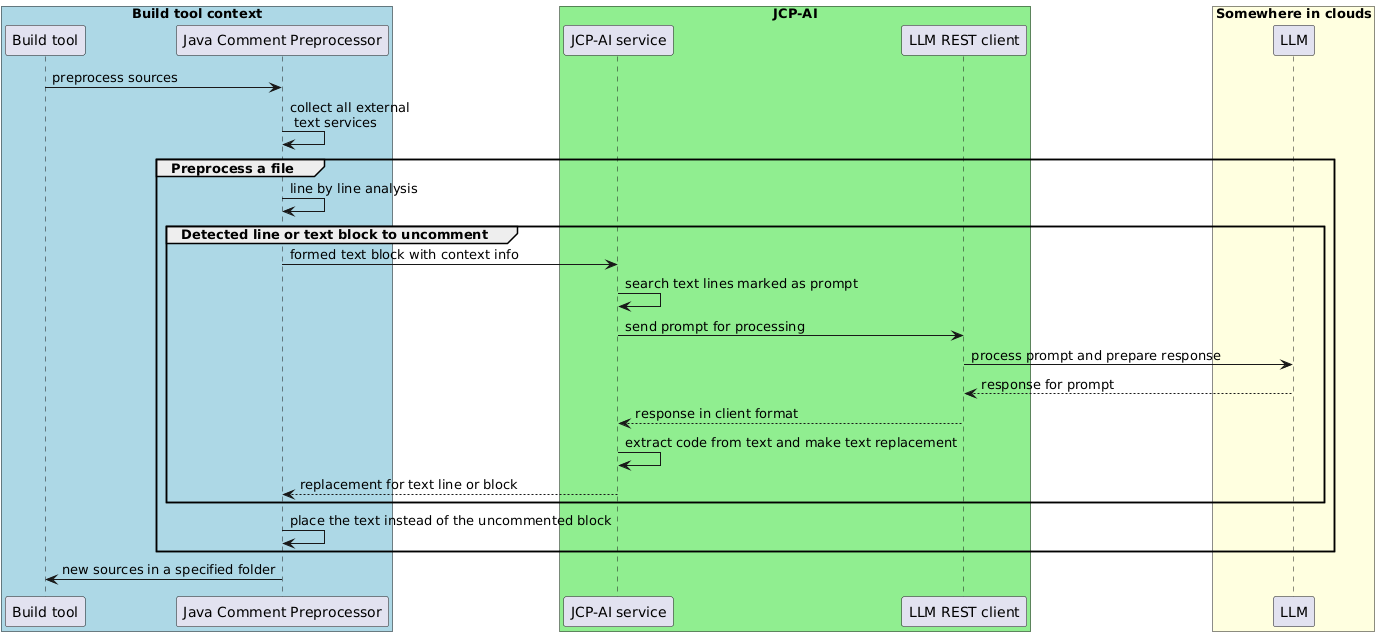
The PlantUML diagram assets/sequence1.png in raydac/jcp-ai, before a commit.
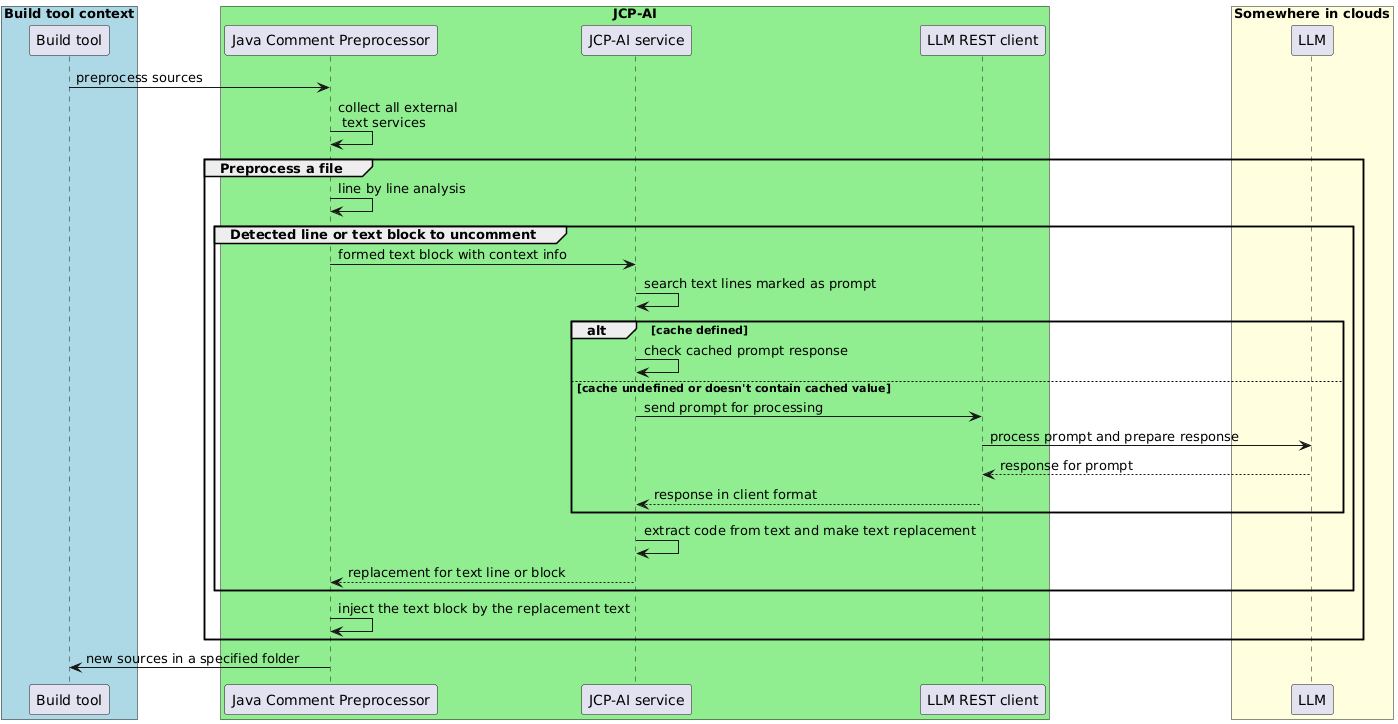
After the change.

What changed in the source:
```diff
@@ -2,12 +2,11 @@
 
 box "Build tool context" #LightBlue
 participant "Build tool" as BT
-participant "Java Comment Preprocessor" as JCP
-end box
-
-box "JCP-AI" #LightGreen
+ box "JCP-AI" #LightGreen
+     participant "Java Comment Preprocessor" as JCP
 	participant "JCP-AI service" as JA
 	participant "LLM REST client" as LLMREST
+ end box
 end box
 
 box "Somewhere in clouds" #LightYellow
@@ -22,14 +21,18 @@
 	group Detected line or text block to uncomment
 		JCP -> JA: formed text block with context info
 		JA -> JA: search text lines marked as prompt
-		JA -> LLMREST: send prompt for processing
-		LLMREST -> LLM: process prompt and prepare response
-		LLM --> LLMREST: response for prompt
-		LLMREST --> JA: response in client format
+		alt cache defined
+			JA -> JA: check cached prompt response
+		else cache undefined or doesn't contain cached value
+			JA -> LLMREST: send prompt for processing
+			LLMREST -> LLM: process prompt and prepare response
+			LLM --> LLMREST: response for prompt
+			LLMREST --> JA: response in client format
+		end
 		JA -> JA: extract code from text and make text replacement
 		JA --> JCP: replacement for text line or block
 	end
-	JCP -> JCP: place the text instead of the uncommented block
+	JCP -> JCP: inject the text block by the replacement text
 end
 
 JCP -> BT: new sources in a specified folder
```
